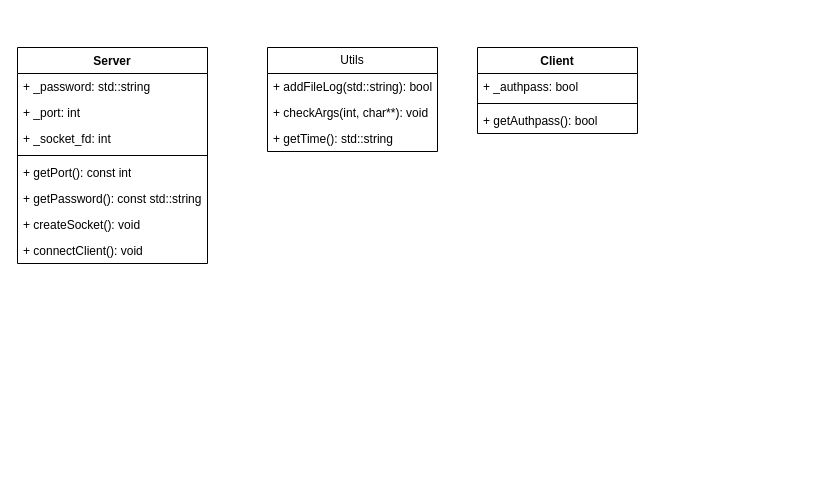
The draw.io diagram page "Page-2" (2 of 2) of ft_irc.drawio in Juan-aga/ft_irc, before the edit. Source tidied: cells renumbered, new cells numbered last; positions are measured from the earlier drawing's top-left corner, leaving out a move shared by most shapes. Both pictures are drawn from the tidied source at 100%, with x=0, y=0 at pixel (17, 47).
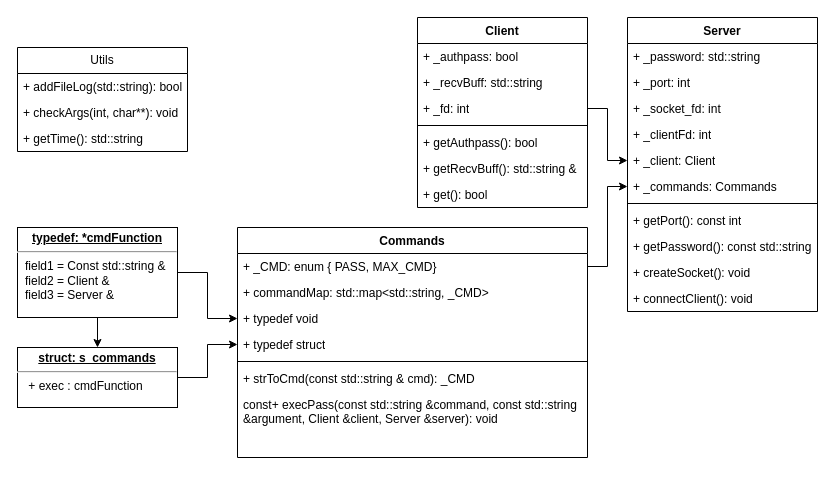
The same diagram, later.

What changed in the source:
```diff
@@
     <mxCell id="2" value="Server" style="swimlane;fontStyle=1;align=center;verticalAlign=top;horizontal=1;startSize=26;whiteSpace=wrap;html=1;" parent="1" vertex="1">
-      <mxGeometry width="190" height="216" as="geometry" />
+      <mxGeometry x="610" y="-30" width="190" height="294" as="geometry" />
     </mxCell>
@@
+    <mxCell id="19" value="+ _clientFd: int" style="text;strokeColor=none;fillColor=none;align=left;verticalAlign=top;spacingLeft=4;spacingRight=4;overflow=hidden;whiteSpace=wrap;html=1;" parent="2" vertex="1">
+      <mxGeometry y="104" width="190" height="26" as="geometry" />
+    </mxCell>
+    <mxCell id="20" value="+ _client: Client" style="text;strokeColor=none;fillColor=none;align=left;verticalAlign=top;spacingLeft=4;spacingRight=4;overflow=hidden;points=[[0,0.5],[1,0.5]];portConstraint=eastwest;whiteSpace=wrap;html=1;" parent="2" vertex="1">
+      <mxGeometry y="130" width="190" height="26" as="geometry" />
+    </mxCell>
+    <mxCell id="21" value="+ _commands: Commands" style="text;strokeColor=none;fillColor=none;align=left;verticalAlign=top;spacingLeft=4;spacingRight=4;overflow=hidden;points=[[0,0.5],[1,0.5]];portConstraint=eastwest;whiteSpace=wrap;html=1;" parent="2" vertex="1">
+      <mxGeometry y="156" width="190" height="26" as="geometry" />
+    </mxCell>
     <mxCell id="6" style="line;strokeWidth=1;fillColor=none;align=left;verticalAlign=middle;spacingTop=-1;spacingLeft=3;spacingRight=3;labelPosition=right;strokeColor=inherit;" parent="2" vertex="1">
-      <mxGeometry y="104" width="190" height="8" as="geometry" />
+      <mxGeometry y="182" width="190" height="8" as="geometry" />
     </mxCell>
     <mxCell id="7" value="+ getPort(): const int" style="text;strokeColor=none;fillColor=none;align=left;verticalAlign=top;spacingLeft=4;spacingRight=4;overflow=hidden;whiteSpace=wrap;html=1;" parent="2" vertex="1">
-      <mxGeometry y="112" width="190" height="26" as="geometry" />
+      <mxGeometry y="190" width="190" height="26" as="geometry" />
     </mxCell>
     <mxCell id="8" value="+ getPassword(): const std::string" style="text;strokeColor=none;fillColor=none;align=left;verticalAlign=top;spacingLeft=4;spacingRight=4;overflow=hidden;whiteSpace=wrap;html=1;" parent="2" vertex="1">
-      <mxGeometry y="138" width="190" height="26" as="geometry" />
+      <mxGeometry y="216" width="190" height="26" as="geometry" />
     </mxCell>
     <mxCell id="9" value="+ createSocket(): void" style="text;strokeColor=none;fillColor=none;align=left;verticalAlign=top;spacingLeft=4;spacingRight=4;overflow=hidden;whiteSpace=wrap;html=1;" parent="2" vertex="1">
-      <mxGeometry y="164" width="190" height="26" as="geometry" />
+      <mxGeometry y="242" width="190" height="26" as="geometry" />
     </mxCell>
     <mxCell id="10" value="+ connectClient(): void" style="text;strokeColor=none;fillColor=none;align=left;verticalAlign=top;spacingLeft=4;spacingRight=4;overflow=hidden;whiteSpace=wrap;html=1;" parent="2" vertex="1">
-      <mxGeometry y="190" width="190" height="26" as="geometry" />
+      <mxGeometry y="268" width="190" height="26" as="geometry" />
     </mxCell>
     <mxCell id="11" value="Utils" style="swimlane;fontStyle=0;horizontal=1;startSize=26;fillColor=none;whiteSpace=wrap;html=1;" parent="1" vertex="1">
-      <mxGeometry x="250" width="170" height="104" as="geometry" />
+      <mxGeometry width="170" height="104" as="geometry" />
     </mxCell>
@@
     <mxCell id="15" value="Client" style="swimlane;fontStyle=1;align=center;verticalAlign=top;horizontal=1;startSize=26;whiteSpace=wrap;html=1;" parent="1" vertex="1">
-      <mxGeometry x="460" width="160" height="86" as="geometry" />
+      <mxGeometry x="400" y="-30" width="170" height="190" as="geometry" />
     </mxCell>
     <mxCell id="16" value="+ _authpass: bool" style="text;strokeColor=none;fillColor=none;align=left;verticalAlign=top;spacingLeft=4;spacingRight=4;overflow=hidden;whiteSpace=wrap;html=1;" parent="15" vertex="1">
-      <mxGeometry y="26" width="160" height="26" as="geometry" />
+      <mxGeometry y="26" width="170" height="26" as="geometry" />
     </mxCell>
+    <mxCell id="22" value="+ _recvBuff: std::string" style="text;strokeColor=none;fillColor=none;align=left;verticalAlign=top;spacingLeft=4;spacingRight=4;overflow=hidden;whiteSpace=wrap;html=1;" parent="15" vertex="1">
+      <mxGeometry y="52" width="170" height="26" as="geometry" />
+    </mxCell>
+    <mxCell id="23" value="+ _fd: int" style="text;strokeColor=none;fillColor=none;align=left;verticalAlign=top;spacingLeft=4;spacingRight=4;overflow=hidden;points=[[0,0.5],[1,0.5]];portConstraint=eastwest;whiteSpace=wrap;html=1;" parent="15" vertex="1">
+      <mxGeometry y="78" width="170" height="26" as="geometry" />
+    </mxCell>
     <mxCell id="17" style="line;strokeWidth=1;fillColor=none;align=left;verticalAlign=middle;spacingTop=-1;spacingLeft=3;spacingRight=3;labelPosition=right;strokeColor=inherit;" parent="15" vertex="1">
-      <mxGeometry y="52" width="160" height="8" as="geometry" />
+      <mxGeometry y="104" width="170" height="8" as="geometry" />
     </mxCell>
     <mxCell id="18" value="+ getAuthpass(): bool" style="text;strokeColor=none;fillColor=none;align=left;verticalAlign=top;spacingLeft=4;spacingRight=4;overflow=hidden;whiteSpace=wrap;html=1;" parent="15" vertex="1">
-      <mxGeometry y="60" width="160" height="26" as="geometry" />
+      <mxGeometry y="112" width="170" height="26" as="geometry" />
     </mxCell>
+    <mxCell id="24" value="+ getRecvBuff(): std::string &amp;amp;" style="text;strokeColor=none;fillColor=none;align=left;verticalAlign=top;spacingLeft=4;spacingRight=4;overflow=hidden;whiteSpace=wrap;html=1;" parent="15" vertex="1">
+      <mxGeometry y="138" width="170" height="26" as="geometry" />
+    </mxCell>
+    <mxCell id="25" value="+ get(): bool" style="text;strokeColor=none;fillColor=none;align=left;verticalAlign=top;spacingLeft=4;spacingRight=4;overflow=hidden;whiteSpace=wrap;html=1;" parent="15" vertex="1">
+      <mxGeometry y="164" width="170" height="26" as="geometry" />
+    </mxCell>
+    <mxCell id="26" value="Commands" style="swimlane;fontStyle=1;align=center;verticalAlign=top;horizontal=1;startSize=26;whiteSpace=wrap;html=1;" parent="1" vertex="1">
+      <mxGeometry x="220" y="180" width="350" height="230" as="geometry" />
+    </mxCell>
+    <mxCell id="27" value="+ _CMD: enum { PASS, MAX_CMD}" style="text;strokeColor=none;fillColor=none;align=left;verticalAlign=top;spacingLeft=4;spacingRight=4;overflow=hidden;points=[[0,0.5],[1,0.5]];portConstraint=eastwest;whiteSpace=wrap;html=1;" parent="26" vertex="1">
+      <mxGeometry y="26" width="350" height="26" as="geometry" />
+    </mxCell>
+    <mxCell id="28" value="+ commandMap: std::map&amp;lt;std::string, _CMD&amp;gt;" style="text;strokeColor=none;fillColor=none;align=left;verticalAlign=top;spacingLeft=4;spacingRight=4;overflow=hidden;whiteSpace=wrap;html=1;" parent="26" vertex="1">
+      <mxGeometry y="52" width="350" height="26" as="geometry" />
+    </mxCell>
+    <mxCell id="29" value="+ typedef void" style="text;strokeColor=none;fillColor=none;align=left;verticalAlign=top;spacingLeft=4;spacingRight=4;overflow=hidden;points=[[0,0.5],[1,0.5]];portConstraint=eastwest;whiteSpace=wrap;html=1;" parent="26" vertex="1">
+      <mxGeometry y="78" width="350" height="26" as="geometry" />
+    </mxCell>
+    <mxCell id="30" value="+ typedef struct" style="text;strokeColor=none;fillColor=none;align=left;verticalAlign=top;spacingLeft=4;spacingRight=4;overflow=hidden;points=[[0,0.5],[1,0.5]];portConstraint=eastwest;whiteSpace=wrap;html=1;" parent="26" vertex="1">
+      <mxGeometry y="104" width="350" height="26" as="geometry" />
+    </mxCell>
+    <mxCell id="31" style="line;strokeWidth=1;fillColor=none;align=left;verticalAlign=middle;spacingTop=-1;spacingLeft=3;spacingRight=3;labelPosition=right;strokeColor=inherit;" parent="26" vertex="1">
+      <mxGeometry y="130" width="350" height="8" as="geometry" />
+    </mxCell>
+    <mxCell id="32" value="+ strToCmd(const std::string &amp;amp; cmd): _CMD" style="text;strokeColor=none;fillColor=none;align=left;verticalAlign=top;spacingLeft=4;spacingRight=4;overflow=hidden;whiteSpace=wrap;html=1;" parent="26" vertex="1">
+      <mxGeometry y="138" width="350" height="26" as="geometry" />
+    </mxCell>
+    <mxCell id="33" value="const+ execPass(const std::string &amp;amp;command, const std::string &amp;amp;argument, Client &amp;amp;client, Server &amp;amp;server): void" style="text;strokeColor=none;fillColor=none;align=left;verticalAlign=top;spacingLeft=4;spacingRight=4;overflow=hidden;whiteSpace=wrap;html=1;" parent="26" vertex="1">
+      <mxGeometry y="164" width="350" height="66" as="geometry" />
+    </mxCell>
+    <mxCell id="34" style="edgeStyle=orthogonalEdgeStyle;rounded=0;jettySize=auto;html=1;" parent="1" edge="1" source="36" target="29">
+      <mxGeometry relative="1" as="geometry" />
+    </mxCell>
+    <mxCell id="35" style="edgeStyle=orthogonalEdgeStyle;rounded=0;jettySize=auto;html=1;" parent="1" edge="1" source="36" target="38">
+      <mxGeometry relative="1" as="geometry" />
+    </mxCell>
+    <mxCell id="36" value="&lt;p style=&quot;margin:0px;margin-top:4px;text-align:center;text-decoration:underline;&quot;&gt;&lt;b&gt;typedef: *cmdFunction&lt;/b&gt;&lt;/p&gt;&lt;hr&gt;&lt;p style=&quot;margin:0px;margin-left:8px;&quot;&gt;field1 = Const std::string &amp;amp;&lt;br&gt;field2 = Client &amp;amp;&lt;br&gt;field3 = Server &amp;amp;&lt;/p&gt;" style="verticalAlign=top;align=left;overflow=fill;fontSize=12;fontFamily=Helvetica;html=1;whiteSpace=wrap;" parent="1" vertex="1">
+      <mxGeometry y="180" width="160" height="90" as="geometry" />
+    </mxCell>
+    <mxCell id="37" style="edgeStyle=orthogonalEdgeStyle;rounded=0;jettySize=auto;html=1;entryX=0;entryY=0.5;entryDx=0;entryDy=0;" parent="1" edge="1" source="38" target="30">
+      <mxGeometry relative="1" as="geometry" />
+    </mxCell>
+    <mxCell id="38" value="&lt;p style=&quot;margin:0px;margin-top:4px;text-align:center;text-decoration:underline;&quot;&gt;&lt;b&gt;struct: s_commands&lt;/b&gt;&lt;/p&gt;&lt;hr&gt;&lt;p style=&quot;margin:0px;margin-left:8px;&quot;&gt;&amp;nbsp;+ exec : cmdFunction&amp;nbsp;&lt;br&gt;&lt;/p&gt;" style="verticalAlign=top;align=left;overflow=fill;fontSize=12;fontFamily=Helvetica;html=1;whiteSpace=wrap;" parent="1" vertex="1">
+      <mxGeometry y="300" width="160" height="60" as="geometry" />
+    </mxCell>
+    <mxCell id="39" style="edgeStyle=orthogonalEdgeStyle;rounded=0;jettySize=auto;html=1;" parent="1" edge="1" source="23" target="20">
+      <mxGeometry relative="1" as="geometry" />
+    </mxCell>
+    <mxCell id="40" style="edgeStyle=orthogonalEdgeStyle;rounded=0;jettySize=auto;html=1;entryX=0;entryY=0.5;entryDx=0;entryDy=0;" parent="1" edge="1" source="27" target="21">
+      <mxGeometry relative="1" as="geometry" />
+    </mxCell>
```
